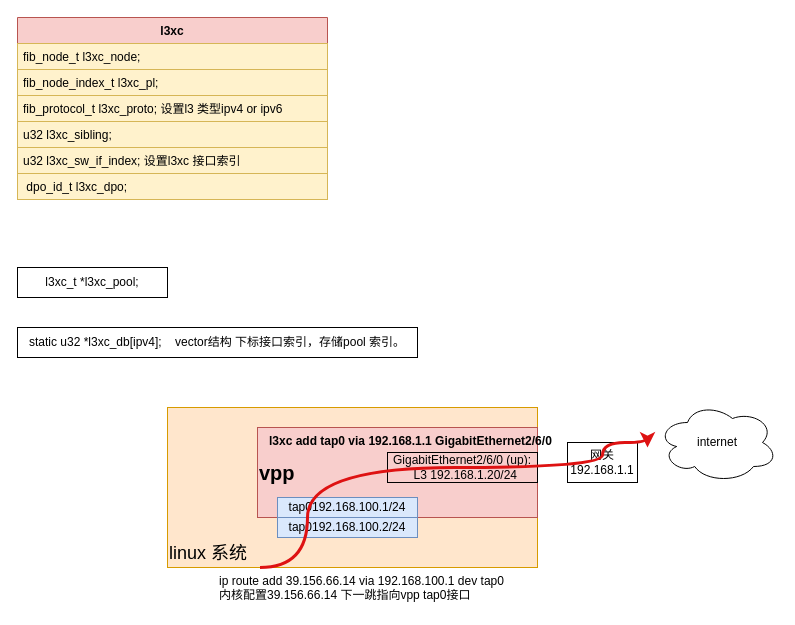
This is new_map/l3xc.drawio from jin13417/dpdk-vpp-learning, a draw.io file, before an edit. Source tidied: cells renumbered, new cells numbered last; positions are measured from the earlier drawing's top-left corner, leaving out a move shared by most shapes. Both pictures are drawn from the tidied source at 100%, with x=0, y=0 at pixel (17, 17).
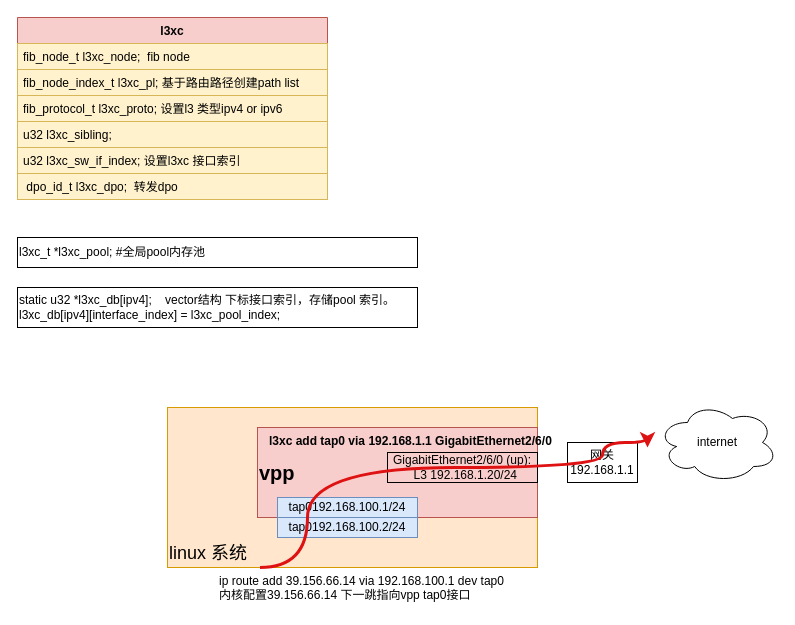
Above is the later version.

The change refers to these unchanged cells:
```xml
<mxCell id="3" value="l3xc" style="swimlane;fontStyle=1;align=center;verticalAlign=top;horizontal=1;startSize=26;whiteSpace=wrap;html=1;fillColor=#f8cecc;strokeColor=#b85450;" parent="1" vertex="1">
  <mxGeometry width="310" height="182" as="geometry" />
</mxCell>
```

Change to the diagram source:
```diff
@@
-    <mxCell id="4" value="fib_node_t l3xc_node;" style="text;strokeColor=#d6b656;fillColor=#fff2cc;align=left;verticalAlign=top;spacingLeft=4;spacingRight=4;overflow=hidden;whiteSpace=wrap;html=1;" parent="3" vertex="1">
+    <mxCell id="4" value="fib_node_t l3xc_node;&amp;nbsp; fib node&amp;nbsp;" style="text;strokeColor=#d6b656;fillColor=#fff2cc;align=left;verticalAlign=top;spacingLeft=4;spacingRight=4;overflow=hidden;whiteSpace=wrap;html=1;" parent="3" vertex="1">
       <mxGeometry y="26" width="310" height="26" as="geometry" />
     </mxCell>
-    <mxCell id="5" value="fib_node_index_t l3xc_pl;" style="text;strokeColor=#d6b656;fillColor=#fff2cc;align=left;verticalAlign=top;spacingLeft=4;spacingRight=4;overflow=hidden;whiteSpace=wrap;html=1;" parent="3" vertex="1">
+    <mxCell id="5" value="fib_node_index_t l3xc_pl; 基于路由路径创建path list" style="text;strokeColor=#d6b656;fillColor=#fff2cc;align=left;verticalAlign=top;spacingLeft=4;spacingRight=4;overflow=hidden;whiteSpace=wrap;html=1;" parent="3" vertex="1">
       <mxGeometry y="52" width="310" height="26" as="geometry" />
     </mxCell>
@@
-    <mxCell id="9" value="&amp;nbsp;dpo_id_t l3xc_dpo;" style="text;strokeColor=#d6b656;fillColor=#fff2cc;align=left;verticalAlign=top;spacingLeft=4;spacingRight=4;overflow=hidden;whiteSpace=wrap;html=1;" parent="3" vertex="1">
+    <mxCell id="9" value="&amp;nbsp;dpo_id_t l3xc_dpo;&amp;nbsp; 转发dpo" style="text;strokeColor=#d6b656;fillColor=#fff2cc;align=left;verticalAlign=top;spacingLeft=4;spacingRight=4;overflow=hidden;whiteSpace=wrap;html=1;" parent="3" vertex="1">
       <mxGeometry y="156" width="310" height="26" as="geometry" />
     </mxCell>
-    <mxCell id="10" value="l3xc_t *l3xc_pool;" style="text;html=1;strokeColor=default;fillColor=none;align=center;verticalAlign=middle;whiteSpace=wrap;rounded=0;" parent="1" vertex="1">
-      <mxGeometry y="250" width="150" height="30" as="geometry" />
+    <mxCell id="10" value="l3xc_t *l3xc_pool; #全局pool内存池" style="text;html=1;strokeColor=default;fillColor=none;align=left;verticalAlign=middle;whiteSpace=wrap;rounded=0;" parent="1" vertex="1">
+      <mxGeometry y="220" width="400" height="30" as="geometry" />
     </mxCell>
-    <mxCell id="11" value="static u32 *l3xc_db[ipv4];&amp;nbsp; &amp;nbsp; vector结构 下标接口索引，存储pool 索引。" style="text;html=1;strokeColor=default;fillColor=none;align=center;verticalAlign=middle;whiteSpace=wrap;rounded=0;" parent="1" vertex="1">
-      <mxGeometry y="310" width="400" height="30" as="geometry" />
+    <mxCell id="11" value="static u32 *l3xc_db[ipv4];&amp;nbsp; &amp;nbsp; vector结构 下标接口索引，存储pool 索引。&lt;br&gt;l3xc_db[ipv4][interface_index] = l3xc_pool_index;" style="text;html=1;strokeColor=default;fillColor=none;align=left;verticalAlign=middle;whiteSpace=wrap;rounded=0;" parent="1" vertex="1">
+      <mxGeometry y="270" width="400" height="40" as="geometry" />
     </mxCell>
```
